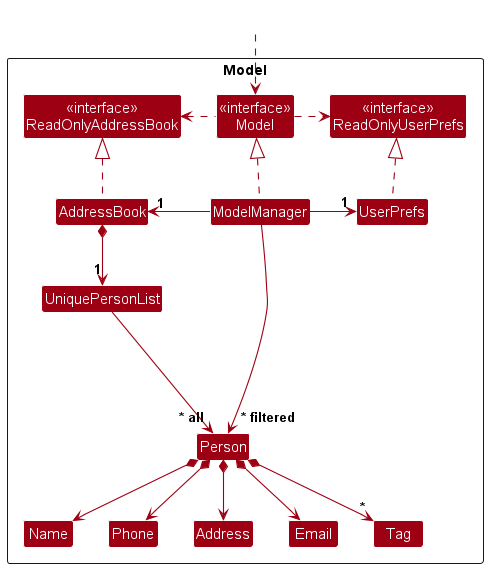
The PlantUML diagram docs/images/ModelClassDiagram.png in nus-cs2103-AY2324S2/tp, before a commit.
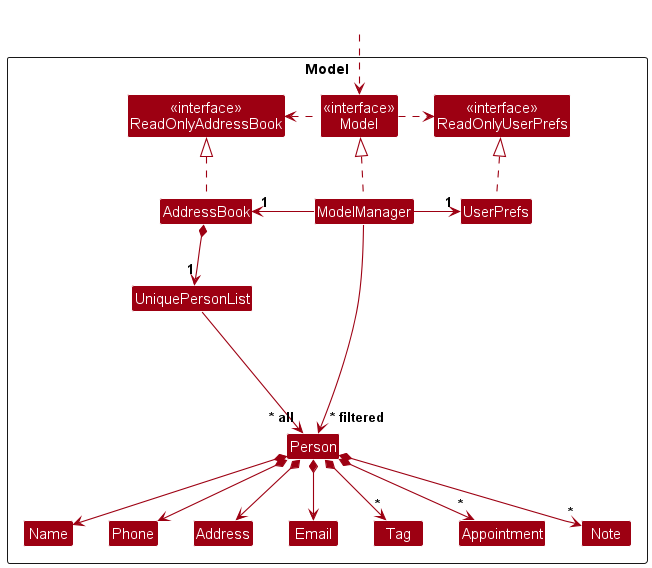
The same diagram one commit later.

Commit message:
Update BetterModelClassDiagram and ModelCLassDiagram  in the Model Component section of the Developer Guide to include Appointment and Note classes

The edit, as a diff of the source:
```diff
@@ -19,6 +19,8 @@
 Class Name
 Class Phone
 Class Tag
+Class Appointment
+Class Note
 
 Class I #FFFFFF
 }
@@ -42,6 +44,8 @@
 Person *--> Email
 Person *--> Address
 Person *--> "*" Tag
+Person *--> "*" Appointment
+Person *--> "*" Note
 
 Person -[hidden]up--> I
 UniquePersonList -[hidden]right-> I
@@ -49,6 +53,9 @@
 Name -[hidden]right-> Phone
 Phone -[hidden]right-> Address
 Address -[hidden]right-> Email
+Email -[hidden]right-> Tag
+Tag -[hidden]right-> Appointment
+Appointment -[hidden]right-> Note
 
 ModelManager --> "~* filtered" Person
 @enduml
```
